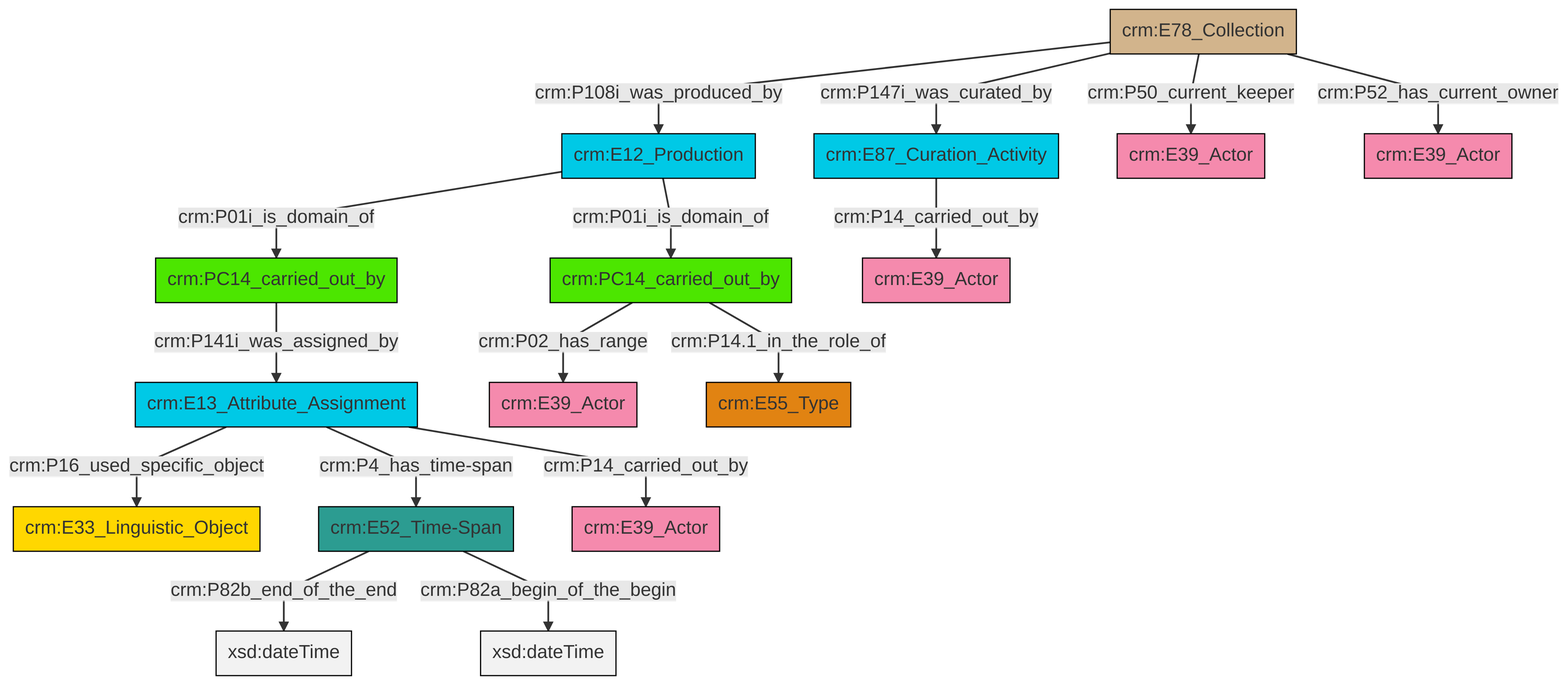
Earlier version of the Mermaid export et/archivalCSV/ttl/mmd/png/archival_relation.png (swiss-art-research-net/docs.swissartresearch). Its source is kept beside it as et/archivalCSV/ttl/mmd/archival_relation.ttl.mmd.
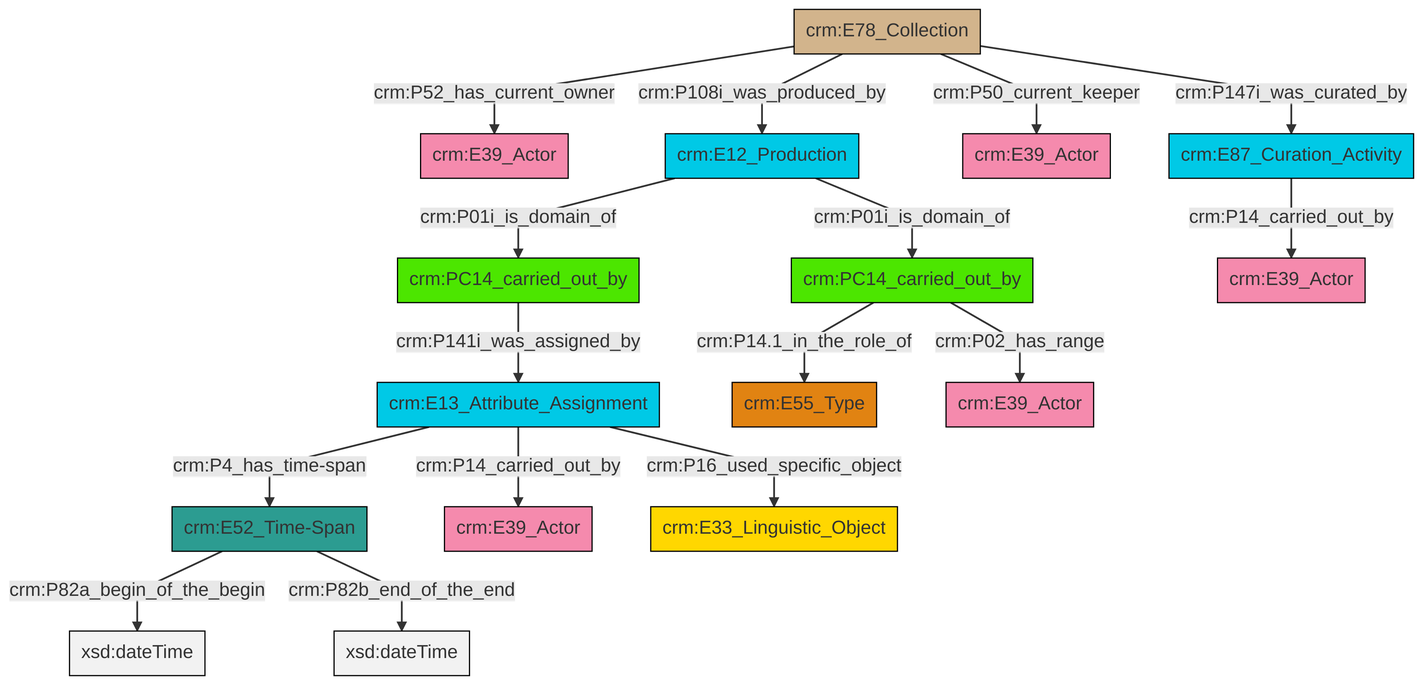
Above is the later version.

The edit, as a diff of the source:
```diff
@@ -13,18 +13,18 @@
 classDef PC_Classes fill:#4ce600, stroke:#000000;
 classDef Multi fill:#cccccc,stroke:#000000;
 
-2["crm:E78_Collection"]:::Physical_Thing -->|crm:P147i_was_curated_by| 3["crm:E87_Curation_Activity"]:::Temporal_Entity
+0["crm:PC14_carried_out_by"]:::PC_Classes -->|crm:P14.1_in_the_role_of| 1["crm:E55_Type"]:::Type
+9["crm:E78_Collection"]:::Physical_Thing -->|crm:P52_has_current_owner| 10["crm:E39_Actor"]:::Actor
+9["crm:E78_Collection"]:::Physical_Thing -->|crm:P108i_was_produced_by| 4["crm:E12_Production"]:::Temporal_Entity
+9["crm:E78_Collection"]:::Physical_Thing -->|crm:P50_current_keeper| 13["crm:E39_Actor"]:::Actor
+14["crm:PC14_carried_out_by"]:::PC_Classes -->|crm:P141i_was_assigned_by| 11["crm:E13_Attribute_Assignment"]:::Temporal_Entity
+15["crm:E52_Time-Span"]:::Time-Span -->|crm:P82a_begin_of_the_begin| 16[xsd:dateTime]:::Literal
+4["crm:E12_Production"]:::Temporal_Entity -->|crm:P01i_is_domain_of| 14["crm:PC14_carried_out_by"]:::PC_Classes
+0["crm:PC14_carried_out_by"]:::PC_Classes -->|crm:P02_has_range| 17["crm:E39_Actor"]:::Actor
+11["crm:E13_Attribute_Assignment"]:::Temporal_Entity -->|crm:P4_has_time-span| 15["crm:E52_Time-Span"]:::Time-Span
+15["crm:E52_Time-Span"]:::Time-Span -->|crm:P82b_end_of_the_end| 20[xsd:dateTime]:::Literal
+11["crm:E13_Attribute_Assignment"]:::Temporal_Entity -->|crm:P14_carried_out_by| 24["crm:E39_Actor"]:::Actor
 4["crm:E12_Production"]:::Temporal_Entity -->|crm:P01i_is_domain_of| 0["crm:PC14_carried_out_by"]:::PC_Classes
-5["crm:E13_Attribute_Assignment"]:::Temporal_Entity -->|crm:P16_used_specific_object| 6["crm:E33_Linguistic_Object"]:::Conceptual_Object
-8["crm:PC14_carried_out_by"]:::PC_Classes -->|crm:P02_has_range| 9["crm:E39_Actor"]:::Actor
-2["crm:E78_Collection"]:::Physical_Thing -->|crm:P50_current_keeper| 10["crm:E39_Actor"]:::Actor
-2["crm:E78_Collection"]:::Physical_Thing -->|crm:P108i_was_produced_by| 4["crm:E12_Production"]:::Temporal_Entity
-11["crm:E52_Time-Span"]:::Time-Span -->|crm:P82b_end_of_the_end| 12[xsd:dateTime]:::Literal
-5["crm:E13_Attribute_Assignment"]:::Temporal_Entity -->|crm:P14_carried_out_by| 16["crm:E39_Actor"]:::Actor
-4["crm:E12_Production"]:::Temporal_Entity -->|crm:P01i_is_domain_of| 8["crm:PC14_carried_out_by"]:::PC_Classes
-2["crm:E78_Collection"]:::Physical_Thing -->|crm:P52_has_current_owner| 19["crm:E39_Actor"]:::Actor
-0["crm:PC14_carried_out_by"]:::PC_Classes -->|crm:P141i_was_assigned_by| 5["crm:E13_Attribute_Assignment"]:::Temporal_Entity
-8["crm:PC14_carried_out_by"]:::PC_Classes -->|crm:P14.1_in_the_role_of| 23["crm:E55_Type"]:::Type
-5["crm:E13_Attribute_Assignment"]:::Temporal_Entity -->|crm:P4_has_time-span| 11["crm:E52_Time-Span"]:::Time-Span
-3["crm:E87_Curation_Activity"]:::Temporal_Entity -->|crm:P14_carried_out_by| 14["crm:E39_Actor"]:::Actor
-11["crm:E52_Time-Span"]:::Time-Span -->|crm:P82a_begin_of_the_begin| 27[xsd:dateTime]:::Literal
+11["crm:E13_Attribute_Assignment"]:::Temporal_Entity -->|crm:P16_used_specific_object| 21["crm:E33_Linguistic_Object"]:::Conceptual_Object
+9["crm:E78_Collection"]:::Physical_Thing -->|crm:P147i_was_curated_by| 6["crm:E87_Curation_Activity"]:::Temporal_Entity
+6["crm:E87_Curation_Activity"]:::Temporal_Entity -->|crm:P14_carried_out_by| 2["crm:E39_Actor"]:::Actor
```
